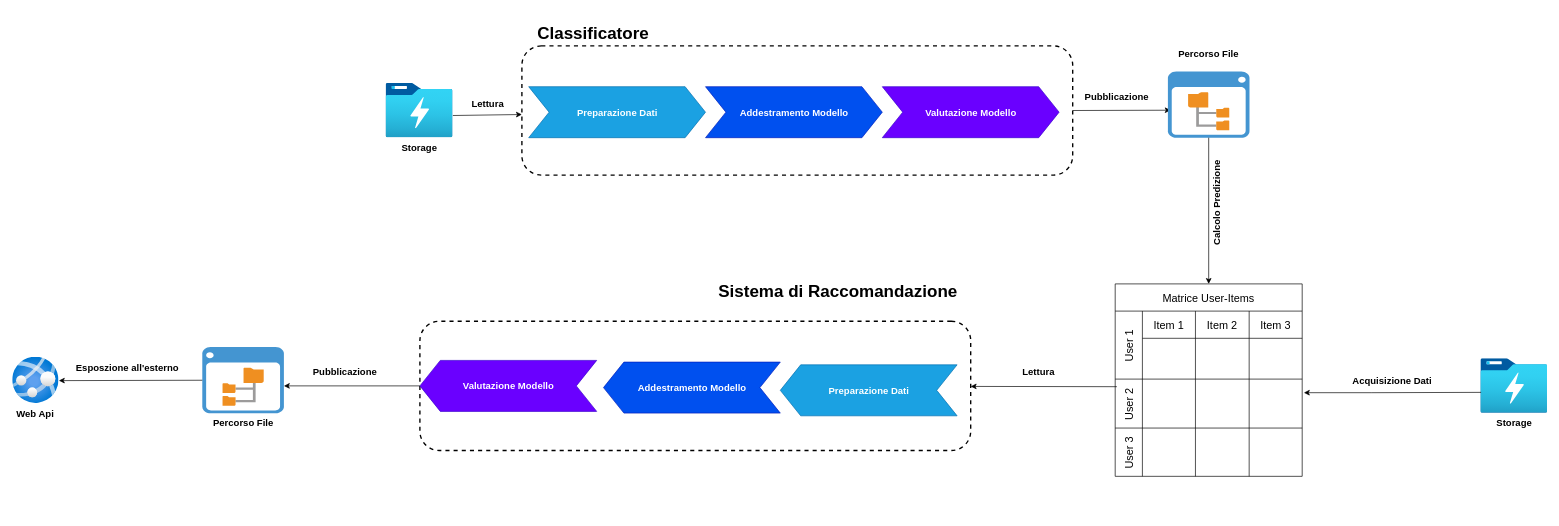
Above: page "Recommender System" (2 of 27) of Documentazione/Tesi/Diagrammi/Architettura.drawio in speaking-codes/QuickApp (draw.io), before the change. Source tidied: cells renumbered, new cells numbered last; positions are measured from the earlier drawing's top-left corner, leaving out a move shared by most shapes. Both pictures are drawn from the tidied source at 68%, with x=0, y=0 at pixel (12, 12).
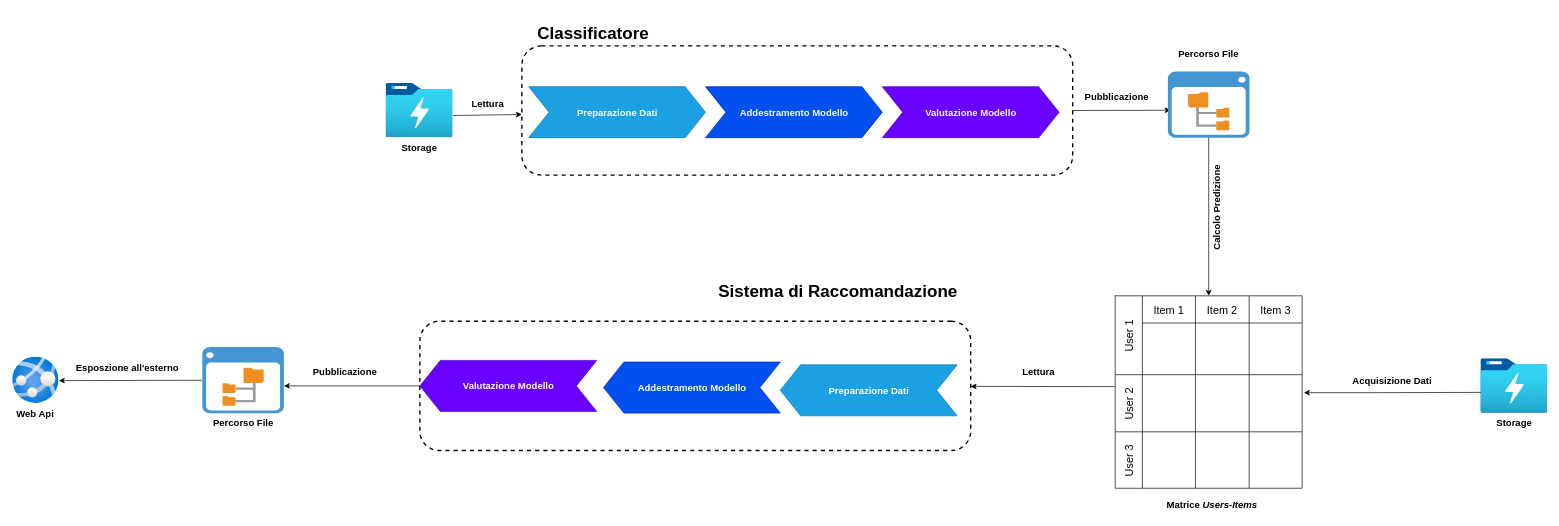
The same page after the edit.

Unchanged cells that the change refers to:
```xml
<mxCell id="31" style="rounded=1;whiteSpace=wrap;html=1;dashed=1;strokeWidth=2;fillColor=none;flipH=1;" parent="1" vertex="1">
  <mxGeometry x="600" y="455" width="810" height="190" as="geometry" />
</mxCell>
```

Diff of the diagram source:
```diff
@@
-    <mxCell id="18" value="Matrice User-Items" style="shape=table;childLayout=tableLayout;startSize=40;fontSize=16;" parent="1" vertex="1">
-      <mxGeometry x="1622.5" y="400" width="275" height="283" as="geometry" />
+    <mxCell id="18" style="shape=table;childLayout=tableLayout;startSize=0;fontSize=16;rounded=0;strokeColor=default;" parent="1" vertex="1">
+      <mxGeometry x="1622.5" y="417.5" width="275" height="283" as="geometry" />
     </mxCell>
     <mxCell id="19" value="User 1" style="shape=tableRow;horizontal=0;swimlaneHead=0;swimlaneBody=0;top=0;left=0;strokeColor=inherit;bottom=0;right=0;fontStyle=0;fillColor=none;startSize=40;fontSize=16;" parent="18" vertex="1">
-      <mxGeometry y="40" width="275" height="100" as="geometry" />
+      <mxGeometry width="275" height="116" as="geometry" />
     </mxCell>
     <mxCell id="20" value="Item 1" style="swimlane;swimlaneHead=0;swimlaneBody=0;fontStyle=0;strokeColor=inherit;fillColor=none;startSize=40;fontSize=16;" parent="19" vertex="1">
-      <mxGeometry x="40" width="78" height="100" as="geometry" />
+      <mxGeometry x="40" width="78" height="116" as="geometry" />
     </mxCell>
     <mxCell id="21" value="Item 2" style="swimlane;swimlaneHead=0;swimlaneBody=0;fontStyle=0;strokeColor=inherit;fillColor=none;startSize=40;fontSize=16;" parent="19" vertex="1">
-      <mxGeometry x="118" width="79" height="100" as="geometry" />
+      <mxGeometry x="118" width="79" height="116" as="geometry" />
     </mxCell>
     <mxCell id="22" value="Item 3" style="swimlane;swimlaneHead=0;swimlaneBody=0;fontStyle=0;strokeColor=inherit;fillColor=none;startSize=40;fontSize=16;" parent="19" vertex="1">
-      <mxGeometry x="197" width="78" height="100" as="geometry" />
+      <mxGeometry x="197" width="78" height="116" as="geometry" />
     </mxCell>
     <mxCell id="23" value="User 2" style="shape=tableRow;horizontal=0;swimlaneHead=0;swimlaneBody=0;top=0;left=0;strokeColor=inherit;bottom=0;right=0;fontStyle=0;fillColor=none;points=[[0,0.5],[1,0.5]];portConstraint=eastwest;startSize=40;fontSize=16;" parent="18" vertex="1">
-      <mxGeometry y="140" width="275" height="72" as="geometry" />
+      <mxGeometry y="116" width="275" height="84" as="geometry" />
     </mxCell>
     <mxCell id="24" style="swimlane;swimlaneHead=0;swimlaneBody=0;fontStyle=0;strokeColor=inherit;fillColor=none;startSize=0;fontSize=16;" parent="23" vertex="1">
-      <mxGeometry x="40" width="78" height="72" as="geometry" />
+      <mxGeometry x="40" width="78" height="84" as="geometry" />
     </mxCell>
     <mxCell id="25" style="swimlane;swimlaneHead=0;swimlaneBody=0;fontStyle=0;strokeColor=inherit;fillColor=none;startSize=0;fontSize=16;" parent="23" vertex="1">
-      <mxGeometry x="118" width="79" height="72" as="geometry" />
+      <mxGeometry x="118" width="79" height="84" as="geometry" />
     </mxCell>
     <mxCell id="26" style="swimlane;swimlaneHead=0;swimlaneBody=0;fontStyle=0;strokeColor=inherit;fillColor=none;startSize=0;fontSize=16;" parent="23" vertex="1">
-      <mxGeometry x="197" width="78" height="72" as="geometry" />
+      <mxGeometry x="197" width="78" height="84" as="geometry" />
     </mxCell>
     <mxCell id="27" value="User 3" style="shape=tableRow;horizontal=0;swimlaneHead=0;swimlaneBody=0;top=0;left=0;strokeColor=inherit;bottom=0;right=0;fontStyle=0;fillColor=none;startSize=40;fontSize=16;" parent="18" vertex="1">
-      <mxGeometry y="212" width="275" height="71" as="geometry" />
+      <mxGeometry y="200" width="275" height="83" as="geometry" />
     </mxCell>
     <mxCell id="28" style="swimlane;swimlaneHead=0;swimlaneBody=0;fontStyle=0;strokeColor=inherit;fillColor=none;startSize=0;fontSize=16;" parent="27" vertex="1">
-      <mxGeometry x="40" width="78" height="71" as="geometry" />
+      <mxGeometry x="40" width="78" height="83" as="geometry" />
     </mxCell>
     <mxCell id="29" style="swimlane;swimlaneHead=0;swimlaneBody=0;fontStyle=0;strokeColor=inherit;fillColor=none;startSize=0;fontSize=16;" parent="27" vertex="1">
-      <mxGeometry x="118" width="79" height="71" as="geometry" />
+      <mxGeometry x="118" width="79" height="83" as="geometry" />
     </mxCell>
     <mxCell id="30" style="swimlane;swimlaneHead=0;swimlaneBody=0;fontStyle=0;strokeColor=inherit;fillColor=none;startSize=0;fontSize=16;" parent="27" vertex="1">
-      <mxGeometry x="197" width="78" height="71" as="geometry" />
+      <mxGeometry x="197" width="78" height="83" as="geometry" />
     </mxCell>
@@
-    <mxCell id="36" style="endArrow=classic;html=1;rounded=0;exitX=0.009;exitY=0.155;exitDx=0;exitDy=0;exitPerimeter=0;" parent="1" edge="1" source="23" target="31">
+    <mxCell id="36" style="endArrow=classic;html=1;rounded=0;exitX=-0.003;exitY=0.472;exitDx=0;exitDy=0;exitPerimeter=0;" parent="1" edge="1" source="18" target="31">
       <mxGeometry relative="1" as="geometry" />
     </mxCell>
@@
+    <mxCell id="45" value="Matrice &lt;i&gt;Users-Items&lt;/i&gt;" style="text;html=1;align=center;verticalAlign=middle;whiteSpace=wrap;rounded=0;fontSize=14;fontStyle=1;" parent="1" vertex="1">
+      <mxGeometry x="1630" y="710" width="270" height="30" as="geometry" />
+    </mxCell>
```
